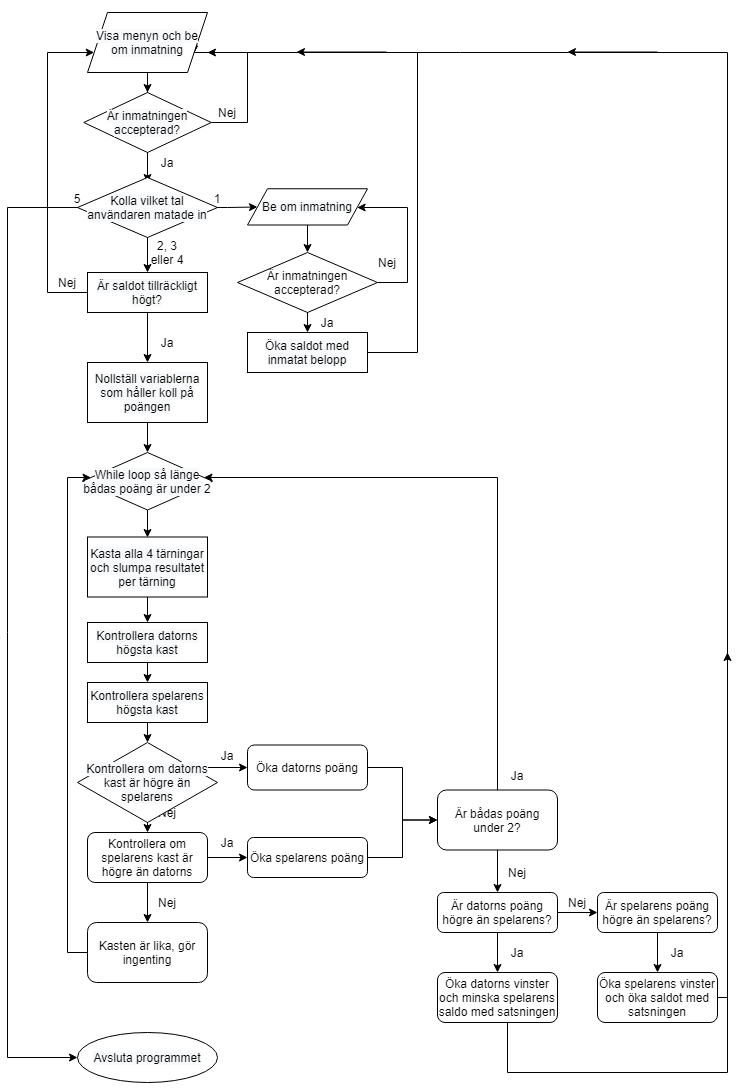
Sam-mariehamn/IT120G keeps this draw.io diagram as Inlämningsuppgift 1/Flödesdiagram.png. Above is the earlier version. Source tidied: cells renumbered, new cells last; positions are measured from the earlier drawing's top-left corner, leaving out a move shared by most shapes.
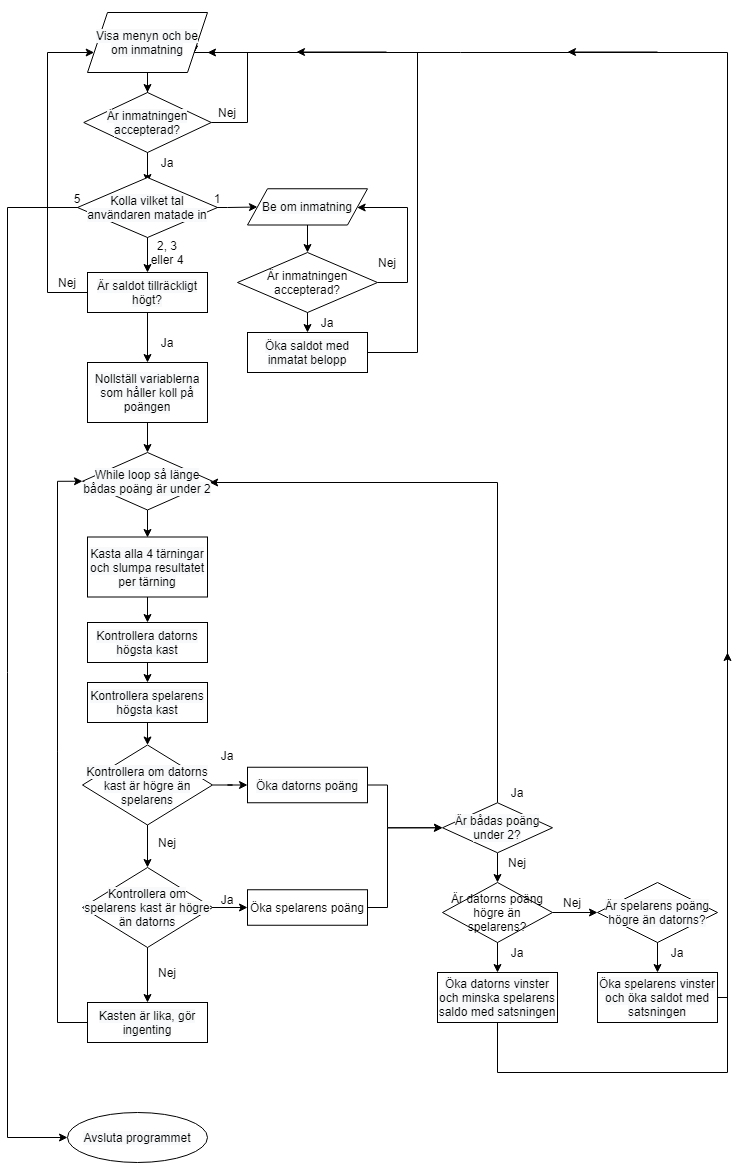
Above is the later version.

Change to the diagram source:
```diff
@@ -39,7 +39,7 @@
         <mxPoint x="80" y="195" as="sourcePoint" />
         <Array as="points">
           <mxPoint y="195" />
-          <mxPoint y="1045" />
+          <mxPoint y="1125" />
         </Array>
       </mxGeometry>
     </mxCell>
@@ -123,122 +123,118 @@
         <mxPoint x="140" y="670" as="targetPoint" />
       </mxGeometry>
     </mxCell>
-    <mxCell id="24" style="edgeStyle=orthogonalEdgeStyle;rounded=0;orthogonalLoop=1;jettySize=auto;html=1;" parent="1" edge="1">
-      <mxGeometry relative="1" as="geometry">
-        <mxPoint x="140" y="710" as="sourcePoint" />
-        <mxPoint x="140" y="730" as="targetPoint" />
-      </mxGeometry>
-    </mxCell>
     <mxCell id="25" style="edgeStyle=orthogonalEdgeStyle;rounded=0;jettySize=auto;html=1;" parent="1" edge="1" target="29">
       <mxGeometry relative="1" as="geometry">
         <mxPoint x="140" y="780" as="sourcePoint" />
       </mxGeometry>
     </mxCell>
-    <mxCell id="26" style="edgeStyle=orthogonalEdgeStyle;rounded=0;jettySize=auto;html=1;" parent="1" edge="1" target="31">
+    <mxCell id="26" style="edgeStyle=orthogonalEdgeStyle;rounded=0;jettySize=auto;html=1;" parent="1" edge="1" source="75">
       <mxGeometry relative="1" as="geometry">
-        <mxPoint x="200" y="755" as="sourcePoint" />
+        <mxPoint x="240" y="772.5" as="targetPoint" />
       </mxGeometry>
     </mxCell>
-    <mxCell id="27" style="edgeStyle=orthogonalEdgeStyle;rounded=0;jettySize=auto;html=1;" parent="1" edge="1" source="29" target="34">
-      <mxGeometry relative="1" as="geometry" />
+    <mxCell id="27" style="edgeStyle=orthogonalEdgeStyle;rounded=0;orthogonalLoop=1;jettySize=auto;html=1;" parent="1" edge="1">
+      <mxGeometry relative="1" as="geometry">
+        <mxPoint x="200" y="895" as="sourcePoint" />
+        <mxPoint x="240" y="895" as="targetPoint" />
+      </mxGeometry>
     </mxCell>
-    <mxCell id="28" style="edgeStyle=orthogonalEdgeStyle;rounded=0;jettySize=auto;html=1;" parent="1" edge="1" source="29" target="37">
-      <mxGeometry relative="1" as="geometry" />
+    <mxCell id="28" style="edgeStyle=orthogonalEdgeStyle;rounded=0;jettySize=auto;html=1;" parent="1" edge="1" target="37">
+      <mxGeometry relative="1" as="geometry">
+        <mxPoint x="140" y="920" as="sourcePoint" />
+      </mxGeometry>
     </mxCell>
-    <mxCell id="29" value="&lt;span&gt;Kontrollera om spelarens kast är högre än datorns&lt;/span&gt;" style="whiteSpace=wrap;html=1;rounded=1;" parent="1" vertex="1">
-      <mxGeometry x="80" y="820" width="120" height="50" as="geometry" />
-    </mxCell>
-    <mxCell id="30" style="edgeStyle=orthogonalEdgeStyle;rounded=0;jettySize=auto;html=1;" parent="1" edge="1" source="31" target="42">
-      <mxGeometry relative="1" as="geometry" />
+    <mxCell id="30" style="edgeStyle=orthogonalEdgeStyle;rounded=0;jettySize=auto;html=1;entryX=0;entryY=0.5;entryDx=0;entryDy=0;" parent="1" edge="1" target="42">
+      <mxGeometry relative="1" as="geometry">
+        <mxPoint x="360" y="772.5" as="sourcePoint" />
+        <Array as="points">
+          <mxPoint x="380" y="773" />
+          <mxPoint x="380" y="815" />
+        </Array>
+      </mxGeometry>
     </mxCell>
-    <mxCell id="31" value="Öka datorns poäng" style="whiteSpace=wrap;html=1;rounded=1;" parent="1" vertex="1">
-      <mxGeometry x="240" y="732.5" width="120" height="45" as="geometry" />
-    </mxCell>
     <mxCell id="32" value="Ja" style="text;html=1;strokeColor=none;fillColor=none;align=center;verticalAlign=middle;whiteSpace=wrap;rounded=0;" parent="1" vertex="1">
       <mxGeometry x="200" y="732.5" width="40" height="20" as="geometry" />
     </mxCell>
-    <mxCell id="33" style="edgeStyle=orthogonalEdgeStyle;rounded=0;jettySize=auto;html=1;" parent="1" edge="1" source="34" target="42">
-      <mxGeometry relative="1" as="geometry" />
-    </mxCell>
-    <mxCell id="34" value="&lt;span&gt;Öka spelarens poäng&lt;/span&gt;" style="whiteSpace=wrap;html=1;rounded=1;" parent="1" vertex="1">
-      <mxGeometry x="240" y="825" width="120" height="40" as="geometry" />
-    </mxCell>
+    <mxCell id="77" style="edgeStyle=orthogonalEdgeStyle;rounded=0;jettySize=auto;html=1;entryX=0;entryY=0.5;entryDx=0;entryDy=0;" parent="1" edge="1" target="42">
+      <mxGeometry relative="1" as="geometry">
+        <mxPoint x="360" y="895" as="sourcePoint" />
+        <Array as="points">
+          <mxPoint x="380" y="895" />
+          <mxPoint x="380" y="815" />
+        </Array>
+      </mxGeometry>
+    </mxCell>
     <mxCell id="35" value="Ja" style="text;html=1;strokeColor=none;fillColor=none;align=center;verticalAlign=middle;whiteSpace=wrap;rounded=0;" parent="1" vertex="1">
-      <mxGeometry x="200" y="820" width="40" height="20" as="geometry" />
+      <mxGeometry x="200" y="877.2" width="40" height="20" as="geometry" />
     </mxCell>
-    <mxCell id="36" style="edgeStyle=orthogonalEdgeStyle;rounded=0;jettySize=auto;html=1;" parent="1" edge="1" source="37" target="71">
+    <mxCell id="36" style="edgeStyle=orthogonalEdgeStyle;rounded=0;jettySize=auto;html=1;entryX=0;entryY=0.5;entryDx=0;entryDy=0;" parent="1" edge="1" target="71">
       <mxGeometry relative="1" as="geometry">
+        <mxPoint x="80" y="1010" as="sourcePoint" />
         <Array as="points">
-          <mxPoint x="60" y="940" />
-          <mxPoint x="60" y="465" />
+          <mxPoint x="50" y="1010" />
+          <mxPoint x="50" y="469" />
         </Array>
       </mxGeometry>
     </mxCell>
-    <mxCell id="37" value="Kasten är lika, gör ingenting" style="whiteSpace=wrap;html=1;rounded=1;" parent="1" vertex="1">
-      <mxGeometry x="80" y="910" width="120" height="60" as="geometry" />
-    </mxCell>
     <mxCell id="38" value="Nej" style="text;html=1;strokeColor=none;fillColor=none;align=center;verticalAlign=middle;whiteSpace=wrap;rounded=0;" parent="1" vertex="1">
-      <mxGeometry x="140" y="790" width="40" height="20" as="geometry" />
+      <mxGeometry x="140" y="820" width="40" height="20" as="geometry" />
     </mxCell>
     <mxCell id="39" value="Nej" style="text;html=1;strokeColor=none;fillColor=none;align=center;verticalAlign=middle;whiteSpace=wrap;rounded=0;" parent="1" vertex="1">
-      <mxGeometry x="140" y="880" width="40" height="20" as="geometry" />
+      <mxGeometry x="140" y="950" width="40" height="20" as="geometry" />
     </mxCell>
     <mxCell id="40" style="edgeStyle=orthogonalEdgeStyle;rounded=0;jettySize=auto;html=1;" parent="1" edge="1" source="42" target="71">
       <mxGeometry relative="1" as="geometry">
         <Array as="points">
-          <mxPoint x="490" y="465" />
+          <mxPoint x="490" y="470" />
         </Array>
       </mxGeometry>
     </mxCell>
-    <mxCell id="41" style="edgeStyle=orthogonalEdgeStyle;rounded=0;jettySize=auto;html=1;" parent="1" edge="1" source="42" target="46">
-      <mxGeometry relative="1" as="geometry" />
-    </mxCell>
-    <mxCell id="42" value="Är bådas poäng under 2?" style="whiteSpace=wrap;html=1;rounded=1;" parent="1" vertex="1">
-      <mxGeometry x="430" y="777.5" width="120" height="60" as="geometry" />
-    </mxCell>
     <mxCell id="43" value="Ja" style="text;html=1;strokeColor=none;fillColor=none;align=center;verticalAlign=middle;whiteSpace=wrap;rounded=0;" parent="1" vertex="1">
-      <mxGeometry x="490" y="752.5" width="40" height="20" as="geometry" />
+      <mxGeometry x="490" y="770" width="40" height="20" as="geometry" />
     </mxCell>
-    <mxCell id="44" style="edgeStyle=orthogonalEdgeStyle;rounded=0;jettySize=auto;html=1;" parent="1" edge="1" source="46" target="49">
-      <mxGeometry relative="1" as="geometry" />
+    <mxCell id="44" style="edgeStyle=orthogonalEdgeStyle;rounded=0;orthogonalLoop=1;jettySize=auto;html=1;" parent="1" edge="1">
+      <mxGeometry relative="1" as="geometry">
+        <mxPoint x="490" y="920" as="sourcePoint" />
+        <mxPoint x="490" y="960" as="targetPoint" />
+      </mxGeometry>
     </mxCell>
-    <mxCell id="45" style="edgeStyle=orthogonalEdgeStyle;rounded=0;jettySize=auto;html=1;" parent="1" edge="1" source="46" target="53">
-      <mxGeometry relative="1" as="geometry" />
+    <mxCell id="45" style="edgeStyle=orthogonalEdgeStyle;rounded=0;jettySize=auto;html=1;" parent="1" edge="1" source="46">
+      <mxGeometry relative="1" as="geometry">
+        <mxPoint x="590" y="900" as="targetPoint" />
+      </mxGeometry>
     </mxCell>
-    <mxCell id="46" value="Är datorns poäng högre än spelarens?" style="whiteSpace=wrap;html=1;rounded=1;" parent="1" vertex="1">
-      <mxGeometry x="430" y="880" width="120" height="40" as="geometry" />
-    </mxCell>
     <mxCell id="47" value="Nej" style="text;html=1;strokeColor=none;fillColor=none;align=center;verticalAlign=middle;whiteSpace=wrap;rounded=0;" parent="1" vertex="1">
-      <mxGeometry x="490" y="850" width="40" height="20" as="geometry" />
+      <mxGeometry x="490" y="840.2" width="40" height="20" as="geometry" />
     </mxCell>
-    <mxCell id="48" style="edgeStyle=orthogonalEdgeStyle;rounded=0;jettySize=auto;html=1;" parent="1" edge="1" source="49">
+    <mxCell id="48" style="edgeStyle=orthogonalEdgeStyle;rounded=0;orthogonalLoop=1;jettySize=auto;html=1;" parent="1" edge="1">
       <mxGeometry relative="1" as="geometry">
+        <mxPoint x="490" y="1010" as="sourcePoint" />
         <mxPoint x="720" y="640" as="targetPoint" />
         <Array as="points">
-          <mxPoint x="500" y="1060" />
+          <mxPoint x="490" y="1060" />
+          <mxPoint x="720" y="1060" />
         </Array>
       </mxGeometry>
     </mxCell>
-    <mxCell id="49" value="Öka datorns vinster och minska spelarens saldo med satsningen" style="whiteSpace=wrap;html=1;rounded=1;" parent="1" vertex="1">
-      <mxGeometry x="430" y="960" width="120" height="50" as="geometry" />
-    </mxCell>
     <mxCell id="50" value="5" style="text;html=1;strokeColor=none;fillColor=none;align=center;verticalAlign=middle;whiteSpace=wrap;rounded=0;" parent="1" vertex="1">
       <mxGeometry x="60" y="176.2" width="20" height="20" as="geometry" />
     </mxCell>
     <mxCell id="51" value="Ja" style="text;html=1;strokeColor=none;fillColor=none;align=center;verticalAlign=middle;whiteSpace=wrap;rounded=0;" parent="1" vertex="1">
       <mxGeometry x="490" y="930" width="40" height="20" as="geometry" />
     </mxCell>
-    <mxCell id="52" style="edgeStyle=orthogonalEdgeStyle;rounded=0;jettySize=auto;html=1;" parent="1" edge="1" source="53" target="56">
-      <mxGeometry relative="1" as="geometry" />
+    <mxCell id="52" style="edgeStyle=orthogonalEdgeStyle;rounded=0;orthogonalLoop=1;jettySize=auto;html=1;" parent="1" edge="1">
+      <mxGeometry relative="1" as="geometry">
+        <mxPoint x="650" y="920" as="sourcePoint" />
+        <mxPoint x="650" y="960" as="targetPoint" />
+      </mxGeometry>
     </mxCell>
-    <mxCell id="53" value="Är spelarens poäng högre än spelarens?" style="whiteSpace=wrap;html=1;rounded=1;" parent="1" vertex="1">
-      <mxGeometry x="590" y="880" width="120" height="40" as="geometry" />
-    </mxCell>
     <mxCell id="54" value="Nej" style="text;html=1;strokeColor=none;fillColor=none;align=center;verticalAlign=middle;whiteSpace=wrap;rounded=0;" parent="1" vertex="1">
-      <mxGeometry x="550" y="880" width="40" height="20" as="geometry" />
+      <mxGeometry x="545" y="880" width="40" height="20" as="geometry" />
     </mxCell>
-    <mxCell id="55" style="edgeStyle=orthogonalEdgeStyle;rounded=0;jettySize=auto;html=1;entryX=1;entryY=0.75;entryDx=0;entryDy=0;" parent="1" edge="1" source="56" target="61">
+    <mxCell id="55" style="edgeStyle=orthogonalEdgeStyle;rounded=0;jettySize=auto;html=1;entryX=1;entryY=0.75;entryDx=0;entryDy=0;" parent="1" edge="1" target="61">
       <mxGeometry relative="1" as="geometry">
+        <mxPoint x="710" y="985" as="sourcePoint" />
         <Array as="points">
           <mxPoint x="720" y="985" />
           <mxPoint x="720" y="40" />
@@ -246,9 +242,6 @@
         </Array>
       </mxGeometry>
     </mxCell>
-    <mxCell id="56" value="Öka spelarens vinster och öka saldot med satsningen" style="whiteSpace=wrap;html=1;rounded=1;" parent="1" vertex="1">
-      <mxGeometry x="590" y="960" width="120" height="50" as="geometry" />
-    </mxCell>
     <mxCell id="57" value="Ja" style="text;html=1;strokeColor=none;fillColor=none;align=center;verticalAlign=middle;whiteSpace=wrap;rounded=0;" parent="1" vertex="1">
       <mxGeometry x="650" y="930" width="40" height="20" as="geometry" />
     </mxCell>
@@ -306,14 +299,47 @@
     <mxCell id="73" value="&#10;&#10;&lt;span style=&quot;color: rgb(0, 0, 0); font-family: helvetica; font-size: 12px; font-style: normal; font-weight: 400; letter-spacing: normal; text-align: center; text-indent: 0px; text-transform: none; word-spacing: 0px; background-color: rgb(248, 249, 250); display: inline; float: none;&quot;&gt;Kontrollera datorns högsta kast&lt;/span&gt;&#10;&#10;" style="rounded=0;whiteSpace=wrap;html=1;" parent="1" vertex="1">
       <mxGeometry x="80" y="610" width="120" height="40" as="geometry" />
     </mxCell>
+    <mxCell id="78" style="edgeStyle=orthogonalEdgeStyle;rounded=0;jettySize=auto;html=1;" parent="1" edge="1" source="74" target="75">
+      <mxGeometry relative="1" as="geometry" />
+    </mxCell>
     <mxCell id="74" value="&#10;&#10;&lt;span style=&quot;color: rgb(0, 0, 0); font-family: helvetica; font-size: 12px; font-style: normal; font-weight: 400; letter-spacing: normal; text-align: center; text-indent: 0px; text-transform: none; word-spacing: 0px; background-color: rgb(248, 249, 250); display: inline; float: none;&quot;&gt;Kontrollera spelarens högsta kast&lt;/span&gt;&#10;&#10;" style="rounded=0;whiteSpace=wrap;html=1;" parent="1" vertex="1">
       <mxGeometry x="80" y="670" width="120" height="40" as="geometry" />
     </mxCell>
     <mxCell id="75" value="&#10;&#10;&lt;span style=&quot;color: rgb(0, 0, 0); font-family: helvetica; font-size: 12px; font-style: normal; font-weight: 400; letter-spacing: normal; text-align: center; text-indent: 0px; text-transform: none; word-spacing: 0px; background-color: rgb(248, 249, 250); display: inline; float: none;&quot;&gt;Kontrollera om datorns kast är högre än spelarens&lt;/span&gt;&#10;&#10;" style="rhombus;whiteSpace=wrap;html=1;" parent="1" vertex="1">
-      <mxGeometry x="70" y="730" width="140" height="80" as="geometry" />
+      <mxGeometry x="75" y="732.5" width="130" height="80" as="geometry" />
     </mxCell>
     <mxCell id="76" value="&#10;&#10;&lt;span style=&quot;color: rgb(0, 0, 0); font-family: helvetica; font-size: 12px; font-style: normal; font-weight: 400; letter-spacing: normal; text-align: center; text-indent: 0px; text-transform: none; word-spacing: 0px; background-color: rgb(248, 249, 250); display: inline; float: none;&quot;&gt;Avsluta programmet&lt;/span&gt;&#10;&#10;" style="ellipse;whiteSpace=wrap;html=1;" parent="1" vertex="1">
-      <mxGeometry x="70" y="1020" width="140" height="50" as="geometry" />
+      <mxGeometry x="60" y="1100" width="140" height="50" as="geometry" />
     </mxCell>
+    <mxCell id="31" value="&#10;&#10;&lt;span style=&quot;color: rgb(0, 0, 0); font-family: helvetica; font-size: 12px; font-style: normal; font-weight: 400; letter-spacing: normal; text-align: center; text-indent: 0px; text-transform: none; word-spacing: 0px; background-color: rgb(248, 249, 250); display: inline; float: none;&quot;&gt;Öka datorns poäng&lt;/span&gt;&#10;&#10;" style="rounded=0;whiteSpace=wrap;html=1;" parent="1" vertex="1">
+      <mxGeometry x="240" y="754.8" width="120" height="35.5" as="geometry" />
+    </mxCell>
+    <mxCell id="34" value="Öka spelarens poäng" style="rounded=0;whiteSpace=wrap;html=1;" parent="1" vertex="1">
+      <mxGeometry x="240" y="877.2" width="120" height="35.5" as="geometry" />
+    </mxCell>
+    <mxCell id="29" value="&#10;&#10;&lt;span style=&quot;color: rgb(0, 0, 0); font-family: helvetica; font-size: 12px; font-style: normal; font-weight: 400; letter-spacing: normal; text-align: center; text-indent: 0px; text-transform: none; word-spacing: 0px; background-color: rgb(248, 249, 250); display: inline; float: none;&quot;&gt;Kontrollera om spelarens kast är högre än datorns&lt;/span&gt;&#10;&#10;" style="rhombus;whiteSpace=wrap;html=1;" parent="1" vertex="1">
+      <mxGeometry x="75" y="855" width="130" height="80" as="geometry" />
+    </mxCell>
+    <mxCell id="37" value="&#10;&#10;&lt;span style=&quot;color: rgb(0, 0, 0); font-family: helvetica; font-size: 12px; font-style: normal; font-weight: 400; letter-spacing: normal; text-align: center; text-indent: 0px; text-transform: none; word-spacing: 0px; background-color: rgb(248, 249, 250); display: inline; float: none;&quot;&gt;Kasten är lika, gör ingenting&lt;/span&gt;&#10;&#10;" style="rounded=0;whiteSpace=wrap;html=1;" parent="1" vertex="1">
+      <mxGeometry x="80" y="990" width="120" height="40" as="geometry" />
+    </mxCell>
+    <mxCell id="41" style="edgeStyle=orthogonalEdgeStyle;rounded=0;jettySize=auto;html=1;" parent="1" edge="1" source="42" target="46">
+      <mxGeometry relative="1" as="geometry" />
+    </mxCell>
+    <mxCell id="42" value="&#10;&#10;&lt;span style=&quot;color: rgb(0, 0, 0); font-family: helvetica; font-size: 12px; font-style: normal; font-weight: 400; letter-spacing: normal; text-align: center; text-indent: 0px; text-transform: none; word-spacing: 0px; background-color: rgb(248, 249, 250); display: inline; float: none;&quot;&gt;Är bådas poäng under 2?&lt;/span&gt;&#10;&#10;" style="rhombus;whiteSpace=wrap;html=1;" parent="1" vertex="1">
+      <mxGeometry x="435" y="790.2" width="110" height="50" as="geometry" />
+    </mxCell>
+    <mxCell id="46" value="Är datorns poäng högre än spelarens?" style="rhombus;whiteSpace=wrap;html=1;" parent="1" vertex="1">
+      <mxGeometry x="435" y="870" width="110" height="60" as="geometry" />
+    </mxCell>
+    <mxCell id="49" value="&#10;&#10;&lt;span style=&quot;color: rgb(0, 0, 0); font-family: helvetica; font-size: 12px; font-style: normal; font-weight: 400; letter-spacing: normal; text-align: center; text-indent: 0px; text-transform: none; word-spacing: 0px; background-color: rgb(248, 249, 250); display: inline; float: none;&quot;&gt;Öka datorns vinster och minska spelarens saldo med satsningen&lt;/span&gt;&#10;&#10;" style="rounded=0;whiteSpace=wrap;html=1;" parent="1" vertex="1">
+      <mxGeometry x="430" y="960" width="120" height="50" as="geometry" />
+    </mxCell>
+    <mxCell id="56" value="&#10;&#10;&lt;span style=&quot;color: rgb(0, 0, 0); font-family: helvetica; font-size: 12px; font-style: normal; font-weight: 400; letter-spacing: normal; text-align: center; text-indent: 0px; text-transform: none; word-spacing: 0px; background-color: rgb(248, 249, 250); display: inline; float: none;&quot;&gt;Öka spelarens vinster och öka saldot med satsningen&lt;/span&gt;&#10;&#10;" style="rounded=0;whiteSpace=wrap;html=1;" parent="1" vertex="1">
+      <mxGeometry x="590" y="960" width="120" height="50" as="geometry" />
+    </mxCell>
+    <mxCell id="79" value="&lt;span style=&quot;color: rgb(0 , 0 , 0) ; font-family: &amp;#34;helvetica&amp;#34; ; font-size: 12px ; font-style: normal ; font-weight: 400 ; letter-spacing: normal ; text-align: center ; text-indent: 0px ; text-transform: none ; word-spacing: 0px ; background-color: rgb(248 , 249 , 250) ; display: inline ; float: none&quot;&gt;Är spelarens poäng högre än datorns?&lt;/span&gt;" style="rhombus;whiteSpace=wrap;html=1;" parent="1" vertex="1">
+      <mxGeometry x="590" y="870" width="120" height="60" as="geometry" />
+    </mxCell>
   </root>
 </mxGraphModel>
```
